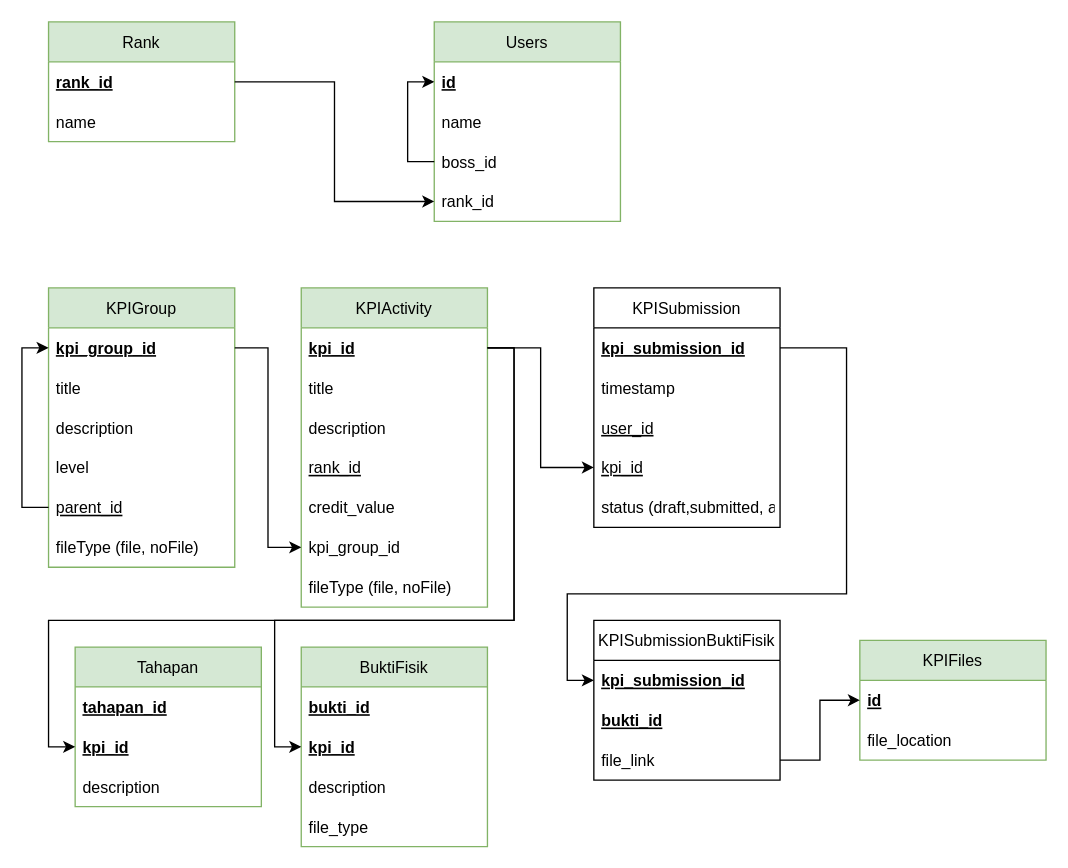
The draw.io diagram page "PDM" (1 of 5) of Diagrams.drawio in FaisZ/KPISystem, before the edit. Source tidied: cells renumbered, new cells numbered last; positions are measured from the earlier drawing's top-left corner, leaving out a move shared by most shapes. Both pictures are drawn from the tidied source at 133%, with x=0, y=0 at pixel (48, 21).
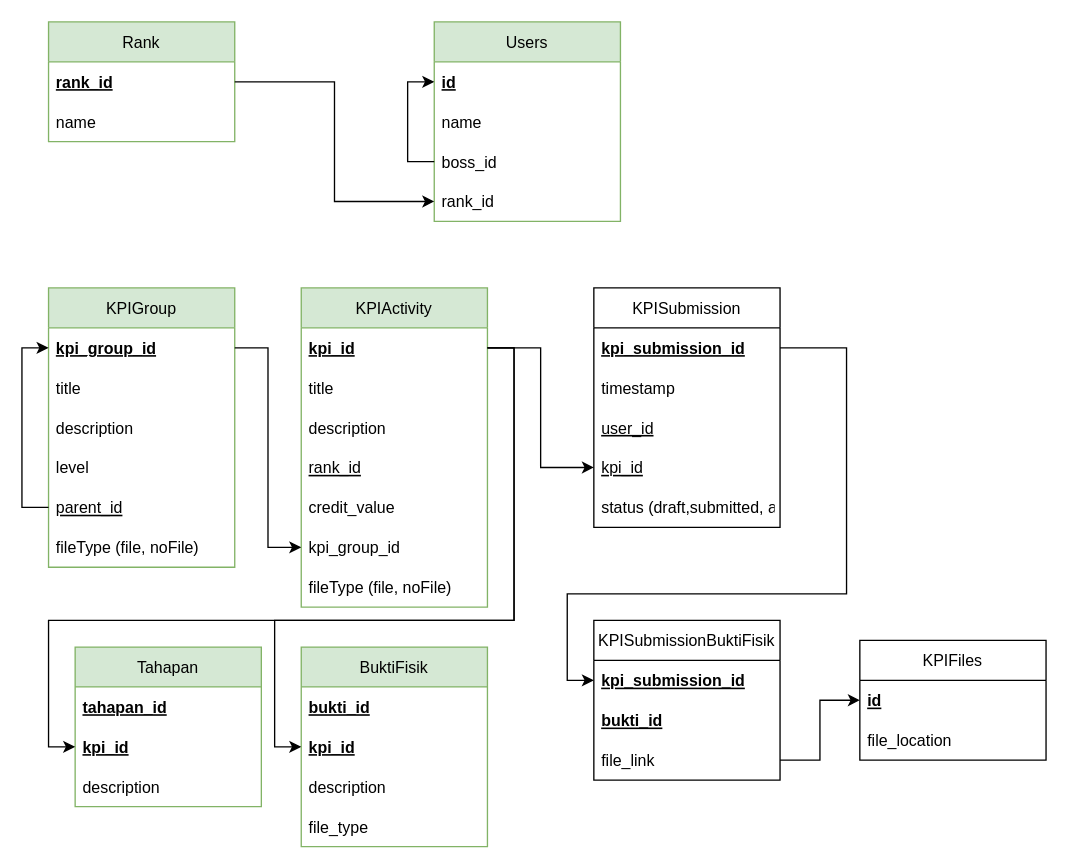
The same diagram, later.

Change to the diagram source:
```diff
@@
-    <mxCell id="22" value="KPIFiles" style="swimlane;fontStyle=0;horizontal=1;startSize=30;fillColor=#d5e8d4;strokeColor=#82b366;" parent="1" vertex="1">
+    <mxCell id="22" value="KPIFiles" style="swimlane;fontStyle=0;horizontal=1;startSize=30;" parent="1" vertex="1">
       <mxGeometry x="610" y="465" width="140" height="90" as="geometry" />
     </mxCell>
```
